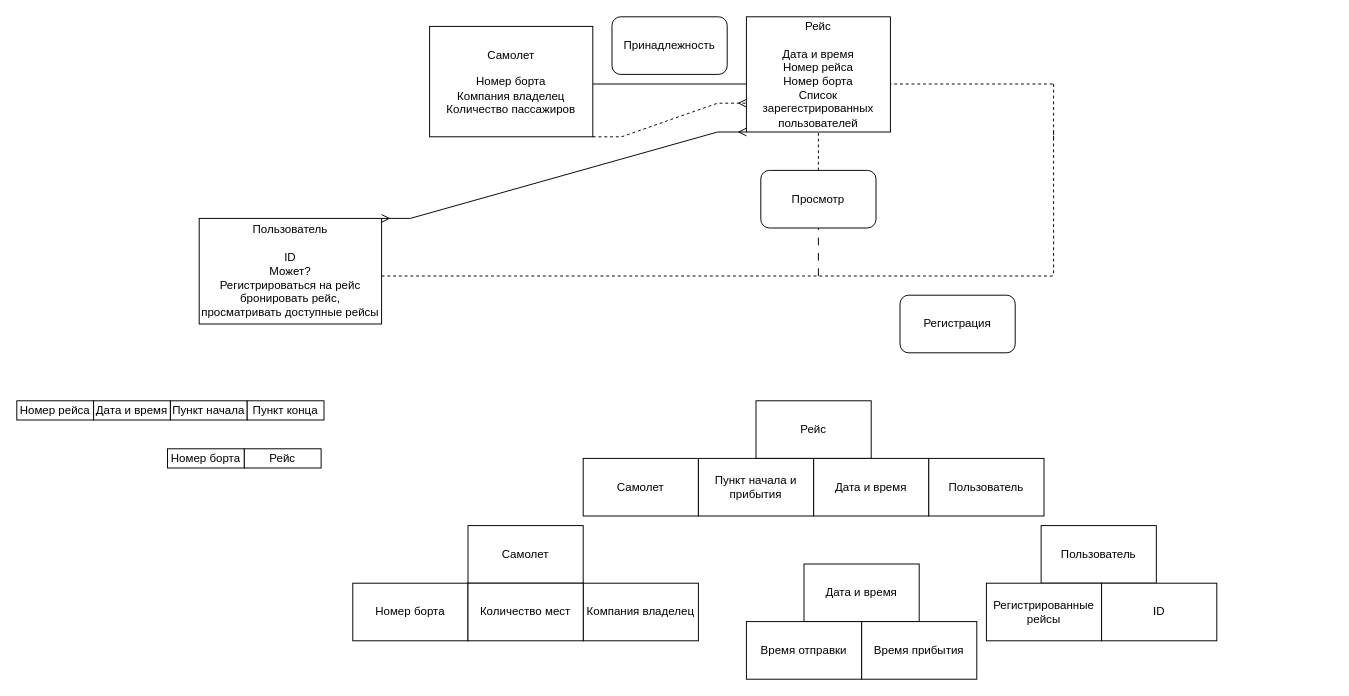
Above: ER Diagram.drawio in LightAboveFighter/Database_MIPT_project (draw.io), before the change. Source tidied: cells renumbered, new cells numbered last; positions are measured from the earlier drawing's top-left corner, leaving out a move shared by most shapes. Both pictures are drawn from the tidied source at 96%, with x=0, y=0 at pixel (16, 16).
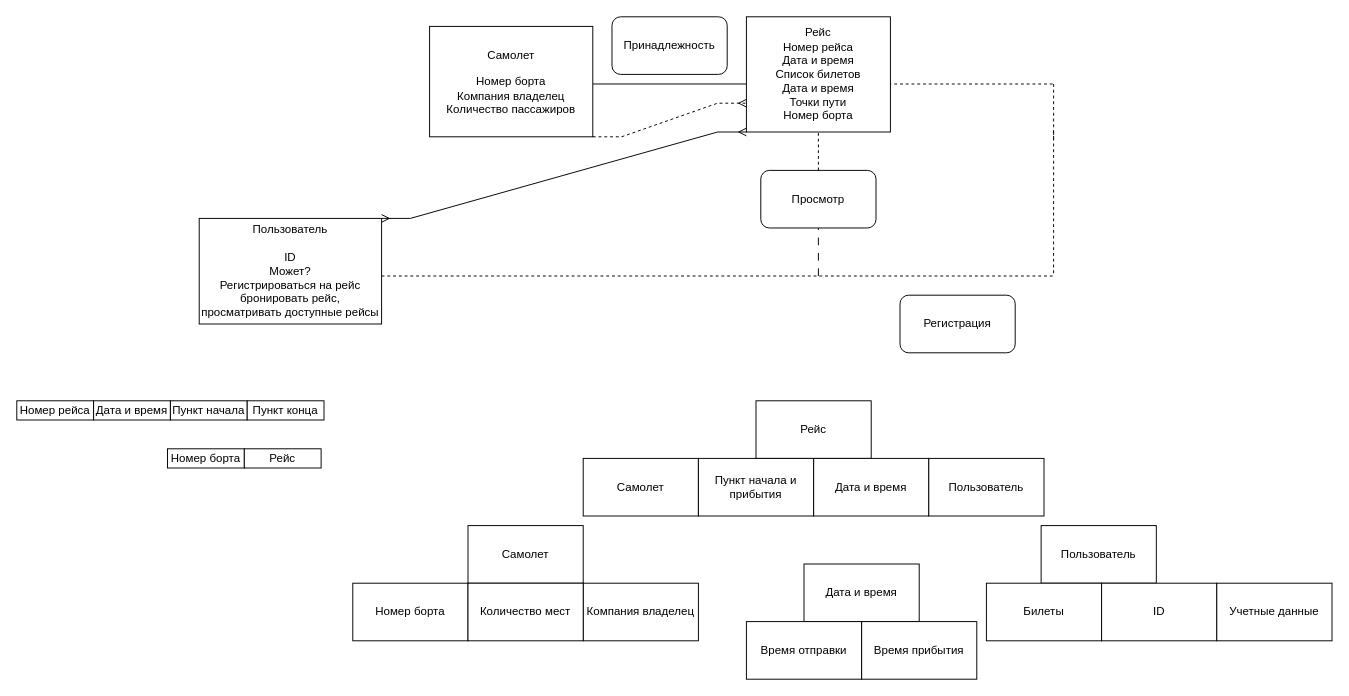
The same page after the edit.

What changed in the source:
```diff
@@
-    <mxCell id="23" value="Регистрированные рейсы" style="rounded=0;whiteSpace=wrap;html=1;" parent="1" vertex="1">
+    <mxCell id="23" value="Билеты" style="rounded=0;whiteSpace=wrap;html=1;" parent="1" vertex="1">
       <mxGeometry x="1010" y="590" width="120" height="60" as="geometry" />
     </mxCell>
@@
-    <mxCell id="33" value="&lt;div&gt;Рейс&lt;/div&gt;&lt;div&gt;&lt;br&gt;&lt;/div&gt;&lt;div&gt;Дата и время&lt;/div&gt;&lt;div&gt;Номер рейса&lt;/div&gt;&lt;div&gt;Номер борта&lt;/div&gt;&lt;div&gt;Список зарегестрированных пользователей&lt;/div&gt;" style="rounded=0;whiteSpace=wrap;html=1;" parent="1" vertex="1">
+    <mxCell id="33" value="&lt;div&gt;Рейс&lt;/div&gt;&lt;div&gt;Номер рейса&lt;br&gt;&lt;/div&gt;&lt;div&gt;Дата и время&lt;/div&gt;&lt;div&gt;Список билетов&lt;/div&gt;&lt;div&gt;Дата и время&lt;/div&gt;&lt;div&gt;Точки пути&lt;/div&gt;&lt;div&gt;Номер борта&lt;br&gt;&lt;/div&gt;" style="rounded=0;whiteSpace=wrap;html=1;" parent="1" vertex="1">
       <mxGeometry x="760" width="150" height="120" as="geometry" />
     </mxCell>
@@
+    <mxCell id="38" value="Учетные данные" style="rounded=0;whiteSpace=wrap;html=1;" parent="1" vertex="1">
+      <mxGeometry x="1250" y="590" width="120" height="60" as="geometry" />
+    </mxCell>
```
